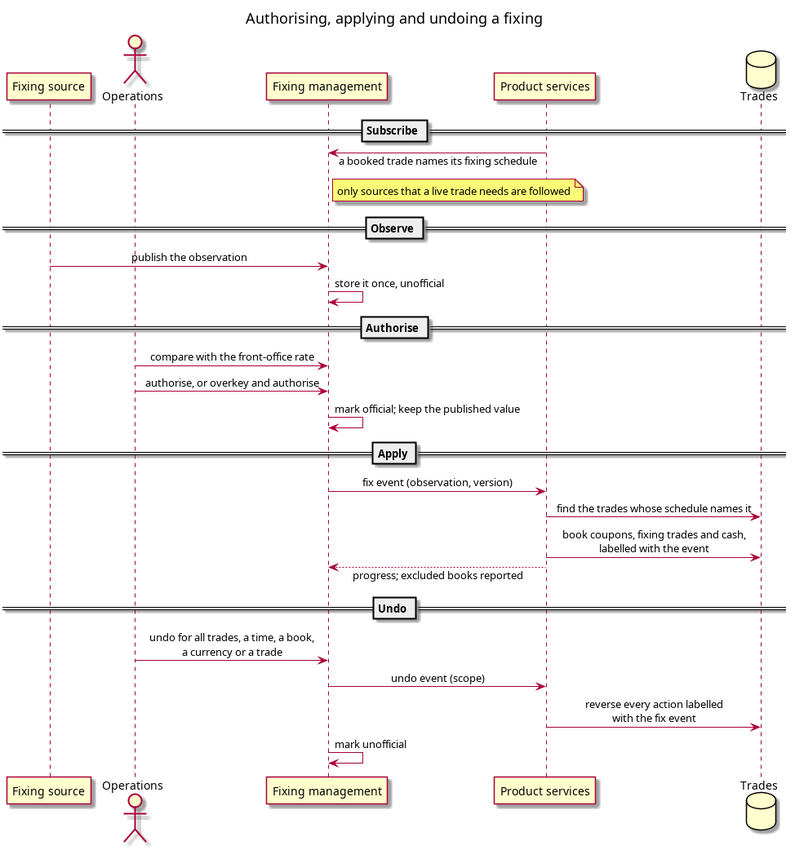
Above: doc/knowledge/domain/fixing_process_sequence.png in OreStudio/OreStudio (PlantUML), before the change. Its source is kept beside it as doc/knowledge/domain/fixing_process_sequence.puml. Source of this version:
```plantuml
@startuml

title Authorising, applying and undoing a fixing

skinparam sequenceMessageAlign center
skinparam responseMessageBelowArrow true

participant "Fixing source" as source
actor "Operations" as ops
participant "Fixing management" as fm
participant "Product services" as products
database "Trades" as trades

== Subscribe ==
products -> fm : a booked trade names its fixing schedule
note right of fm : only sources that a live trade needs are followed

== Observe ==
source -> fm : publish the observation
fm -> fm : store it once, unofficial

== Authorise ==
ops -> fm : compare with the front-office rate
ops -> fm : authorise, or overkey and authorise
fm -> fm : mark official; keep the published value

== Apply ==
fm -> products : fix event (observation, version)
products -> trades : find the trades whose schedule names it
products -> trades : book coupons, fixing trades and cash,\nlabelled with the event
products --> fm : progress; excluded books reported

== Undo ==
ops -> fm : undo for all trades, a time, a book,\na currency or a trade
fm -> products : undo event (scope)
products -> trades : reverse every action labelled\nwith the fix event
fm -> fm : mark unofficial

@enduml
```
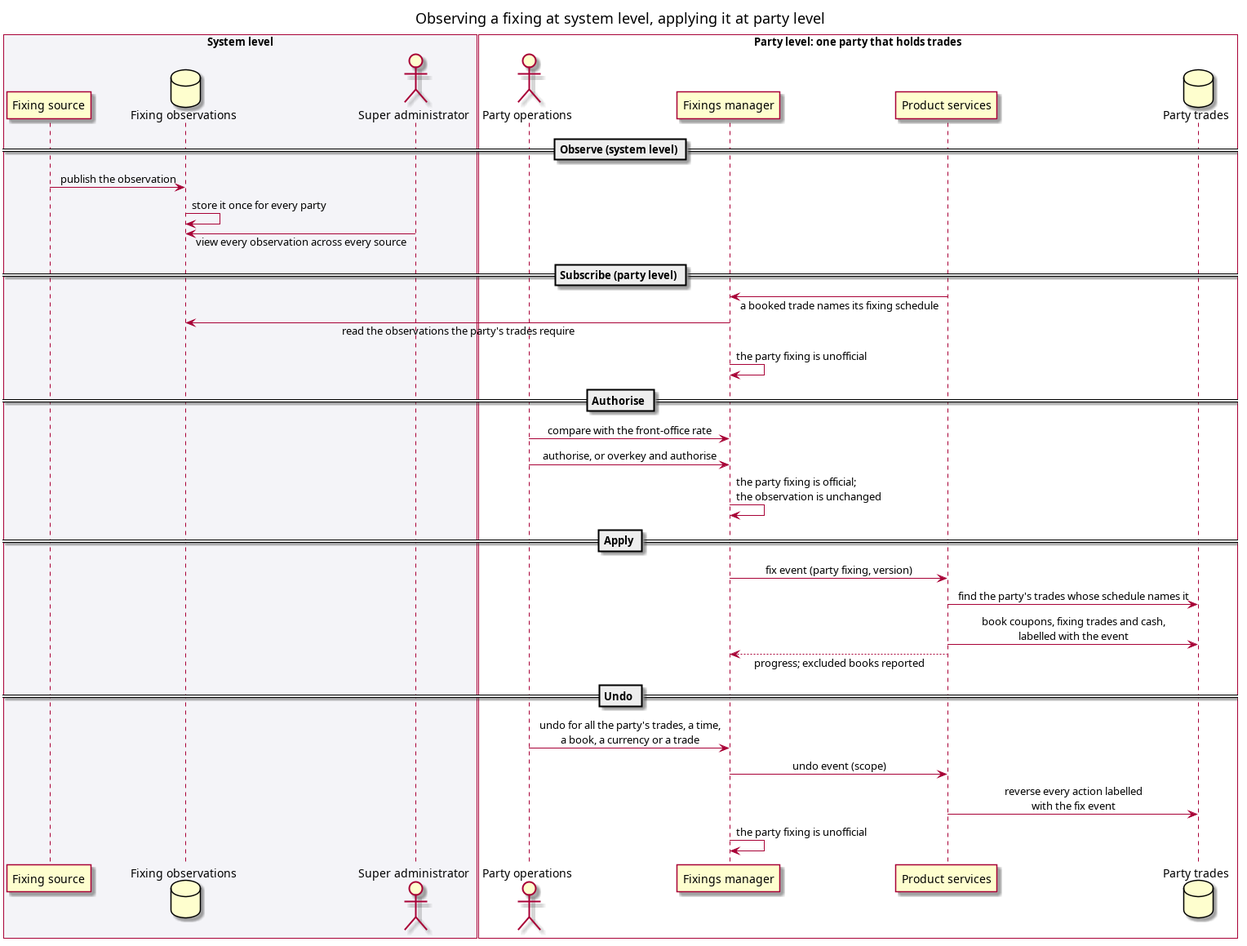
The same file after the commit.

The edit, as a diff of the source:
```diff
@@ -1,39 +1,48 @@
 @startuml
 
-title Authorising, applying and undoing a fixing
+title Observing a fixing at system level, applying it at party level
 
 skinparam sequenceMessageAlign center
 skinparam responseMessageBelowArrow true
 
+box "System level" #F4F4F8
 participant "Fixing source" as source
-actor "Operations" as ops
-participant "Fixing management" as fm
+database "Fixing observations" as store
+actor "Super administrator" as admin
+end box
+
+box "Party level: one party that holds trades" #FFFFFF
+actor "Party operations" as ops
+participant "Fixings manager" as fm
 participant "Product services" as products
-database "Trades" as trades
+database "Party trades" as trades
+end box
 
-== Subscribe ==
+== Observe (system level) ==
+source -> store : publish the observation
+store -> store : store it once for every party
+admin -> store : view every observation across every source
+
+== Subscribe (party level) ==
 products -> fm : a booked trade names its fixing schedule
-note right of fm : only sources that a live trade needs are followed
-
-== Observe ==
-source -> fm : publish the observation
-fm -> fm : store it once, unofficial
+fm -> store : read the observations the party's trades require
+fm -> fm : the party fixing is unofficial
 
 == Authorise ==
 ops -> fm : compare with the front-office rate
 ops -> fm : authorise, or overkey and authorise
-fm -> fm : mark official; keep the published value
+fm -> fm : the party fixing is official;\nthe observation is unchanged
 
 == Apply ==
-fm -> products : fix event (observation, version)
-products -> trades : find the trades whose schedule names it
+fm -> products : fix event (party fixing, version)
+products -> trades : find the party's trades whose schedule names it
 products -> trades : book coupons, fixing trades and cash,\nlabelled with the event
 products --> fm : progress; excluded books reported
 
 == Undo ==
-ops -> fm : undo for all trades, a time, a book,\na currency or a trade
+ops -> fm : undo for all the party's trades, a time,\na book, a currency or a trade
 fm -> products : undo event (scope)
 products -> trades : reverse every action labelled\nwith the fix event
-fm -> fm : mark unofficial
+fm -> fm : the party fixing is unofficial
 
 @enduml
```
